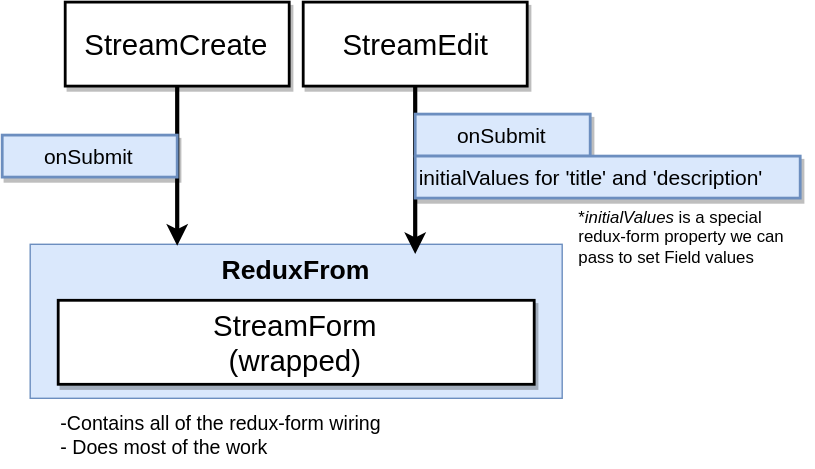
Above: diagrams/redux-form-form-component-reusability.svg in serodriguez68/react-cheatsheet-udemy-2019 (draw.io), before the change. Source tidied: cells renumbered, new cells last; positions are measured from the earlier drawing's top-left corner, leaving out a move shared by most shapes.
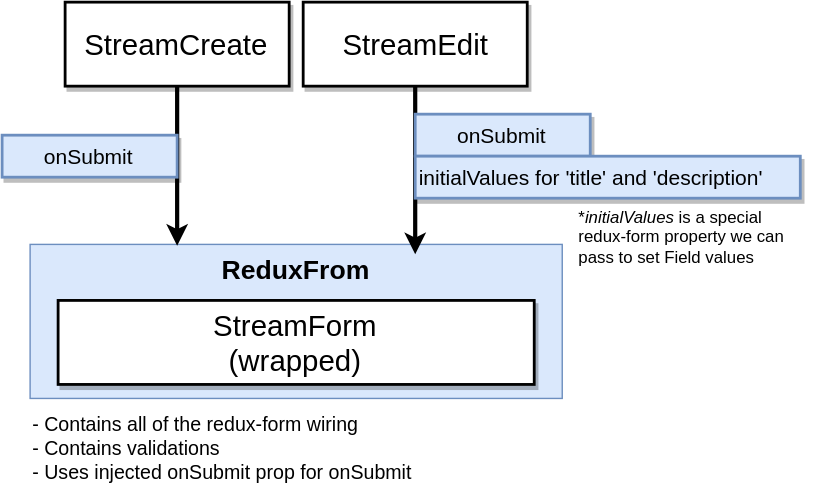
After the change.

What changed in the source:
```diff
@@ -29,8 +29,8 @@
     <mxCell id="10" value="onSubmit" style="rounded=0;whiteSpace=wrap;html=1;shadow=1;strokeWidth=2;fontSize=15;fillColor=#dae8fc;strokeColor=#6c8ebf;" parent="1" vertex="1">
       <mxGeometry y="95" width="125" height="30" as="geometry" />
     </mxCell>
-    <mxCell id="11" value="-Contains all of the redux-form wiring&lt;br&gt;- Does most of the work&amp;nbsp;" style="text;html=1;strokeColor=none;fillColor=none;align=left;verticalAlign=middle;whiteSpace=wrap;rounded=0;fontSize=14;" parent="1" vertex="1">
-      <mxGeometry x="40" y="283" width="307" height="50" as="geometry" />
+    <mxCell id="11" value="- Contains all of the redux-form wiring&lt;br&gt;- Contains validations&lt;br&gt;- Uses injected onSubmit prop for onSubmit" style="text;html=1;strokeColor=none;fillColor=none;align=left;verticalAlign=middle;whiteSpace=wrap;rounded=0;fontSize=14;" parent="1" vertex="1">
+      <mxGeometry x="20" y="283" width="380" height="67" as="geometry" />
     </mxCell>
     <mxCell id="12" value="*&lt;i&gt;initialValues&lt;/i&gt; is a special redux-form property we can pass to set Field values" style="text;html=1;strokeColor=none;fillColor=none;align=left;verticalAlign=middle;whiteSpace=wrap;rounded=0;fontSize=12;" parent="1" vertex="1">
       <mxGeometry x="410" y="150" width="170" height="33" as="geometry" />
```
